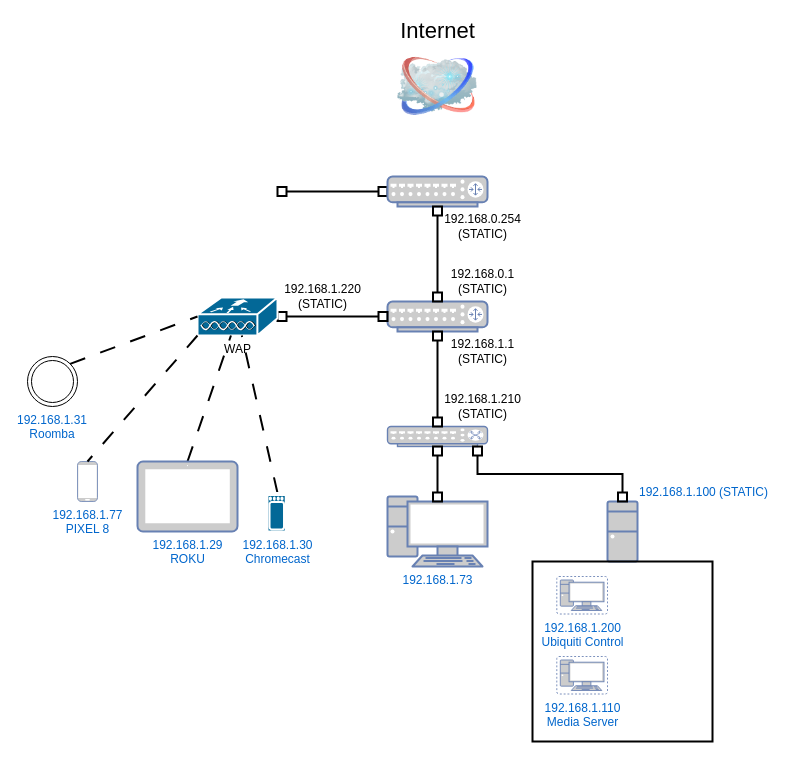
This is HomeNet.drawio from RelaxingThought/Diagramming, a draw.io file, before an edit. Source tidied: cells renumbered, new cells numbered last; positions are measured from the earlier drawing's top-left corner, leaving out a move shared by most shapes. Both pictures are drawn from the tidied source at 100%, with x=0, y=0 at pixel (27, 46).
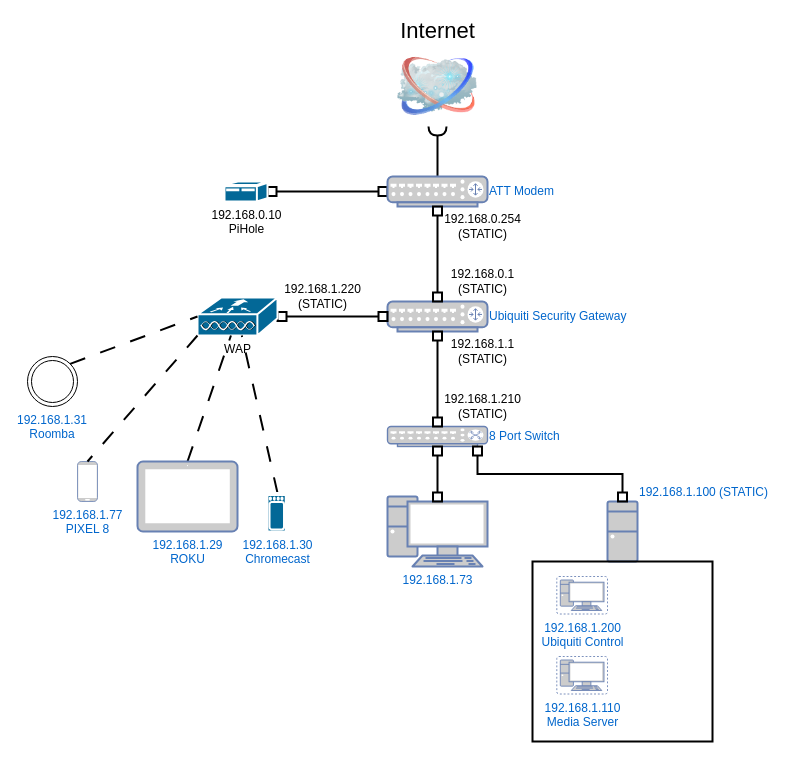
After the change.

Unchanged cells that the change refers to:
```xml
<mxCell id="2" value="Internet" style="image;html=1;labelBackgroundColor=#ffffff;image=img/lib/clip_art/networking/Cloud_128x128.png;rounded=1;shadow=0;comic=0;strokeWidth=2;fontSize=22;labelPosition=center;verticalLabelPosition=top;align=center;verticalAlign=bottom;" parent="1" vertex="1">
  <mxGeometry x="370" width="80" height="80" as="geometry" />
</mxCell>
```

Change to the diagram source:
```diff
@@
-    <mxCell id="3" style="edgeStyle=orthogonalEdgeStyle;rounded=0;jettySize=auto;html=1;exitX=0;exitY=0.5;exitDx=0;exitDy=0;exitPerimeter=0;endArrow=box;endFill=0;startArrow=box;startFill=0;strokeWidth=2;" parent="1" edge="1" source="4">
-      <mxGeometry relative="1" as="geometry">
-        <mxPoint x="250" y="145" as="targetPoint" />
-      </mxGeometry>
+    <mxCell id="3" style="edgeStyle=orthogonalEdgeStyle;rounded=0;jettySize=auto;html=1;exitX=0;exitY=0.5;exitDx=0;exitDy=0;exitPerimeter=0;endArrow=box;endFill=0;startArrow=box;startFill=0;strokeWidth=2;entryX=1;entryY=0.5;entryDx=0;entryDy=0;entryPerimeter=0;" parent="1" edge="1" source="4" target="32">
+      <mxGeometry relative="1" as="geometry" />
     </mxCell>
+    <mxCell id="31" style="edgeStyle=orthogonalEdgeStyle;rounded=0;jettySize=auto;html=1;exitX=0.5;exitY=0;exitDx=0;exitDy=0;exitPerimeter=0;strokeWidth=2;endArrow=halfCircle;endFill=0;" parent="1" edge="1" source="4" target="2">
+      <mxGeometry relative="1" as="geometry" />
+    </mxCell>
-    <mxCell id="4" style="fontColor=#0066CC;verticalAlign=top;verticalLabelPosition=bottom;labelPosition=center;align=center;html=1;outlineConnect=0;fillColor=#CCCCCC;strokeColor=#6881B3;gradientColor=none;gradientDirection=north;strokeWidth=2;shape=mxgraph.networks.router;" parent="1" vertex="1">
+    <mxCell id="4" value="ATT Modem" style="fontColor=#0066CC;verticalAlign=middle;verticalLabelPosition=middle;labelPosition=right;align=left;html=1;outlineConnect=0;fillColor=#CCCCCC;strokeColor=#6881B3;gradientColor=none;gradientDirection=north;strokeWidth=2;shape=mxgraph.networks.router;" parent="1" vertex="1">
       <mxGeometry x="360" y="130" width="100" height="30" as="geometry" />
     </mxCell>
-    <mxCell id="5" style="fontColor=#0066CC;verticalAlign=top;verticalLabelPosition=bottom;labelPosition=center;align=center;html=1;outlineConnect=0;fillColor=#CCCCCC;strokeColor=#6881B3;gradientColor=none;gradientDirection=north;strokeWidth=2;shape=mxgraph.networks.switch;" parent="1" vertex="1">
+    <mxCell id="5" value="8 Port Switch" style="fontColor=#0066CC;verticalAlign=middle;verticalLabelPosition=middle;labelPosition=right;align=left;html=1;outlineConnect=0;fillColor=#CCCCCC;strokeColor=#6881B3;gradientColor=none;gradientDirection=north;strokeWidth=2;shape=mxgraph.networks.switch;" parent="1" vertex="1">
       <mxGeometry x="360" y="380" width="100" height="20" as="geometry" />
     </mxCell>
-    <mxCell id="6" style="fontColor=#0066CC;verticalAlign=top;verticalLabelPosition=bottom;labelPosition=center;align=center;html=1;outlineConnect=0;fillColor=#CCCCCC;strokeColor=#6881B3;gradientColor=none;gradientDirection=north;strokeWidth=2;shape=mxgraph.networks.router;" parent="1" vertex="1">
+    <mxCell id="6" value="Ubiquiti Security Gateway" style="fontColor=#0066CC;verticalAlign=middle;verticalLabelPosition=middle;labelPosition=right;align=left;html=1;outlineConnect=0;fillColor=#CCCCCC;strokeColor=#6881B3;gradientColor=none;gradientDirection=north;strokeWidth=2;shape=mxgraph.networks.router;" parent="1" vertex="1">
       <mxGeometry x="360" y="255" width="100" height="30" as="geometry" />
     </mxCell>
@@
+    <mxCell id="32" value="192.168.0.10&lt;br&gt;PiHole" style="shape=mxgraph.cisco.computers_and_peripherals.ibm_mini_as400;sketch=0;html=1;dashed=0;fillColor=#036897;strokeColor=#ffffff;strokeWidth=2;verticalLabelPosition=bottom;verticalAlign=top;align=center;outlineConnect=0;" parent="1" vertex="1">
+      <mxGeometry x="197" y="135" width="43" height="20" as="geometry" />
+    </mxCell>
```
